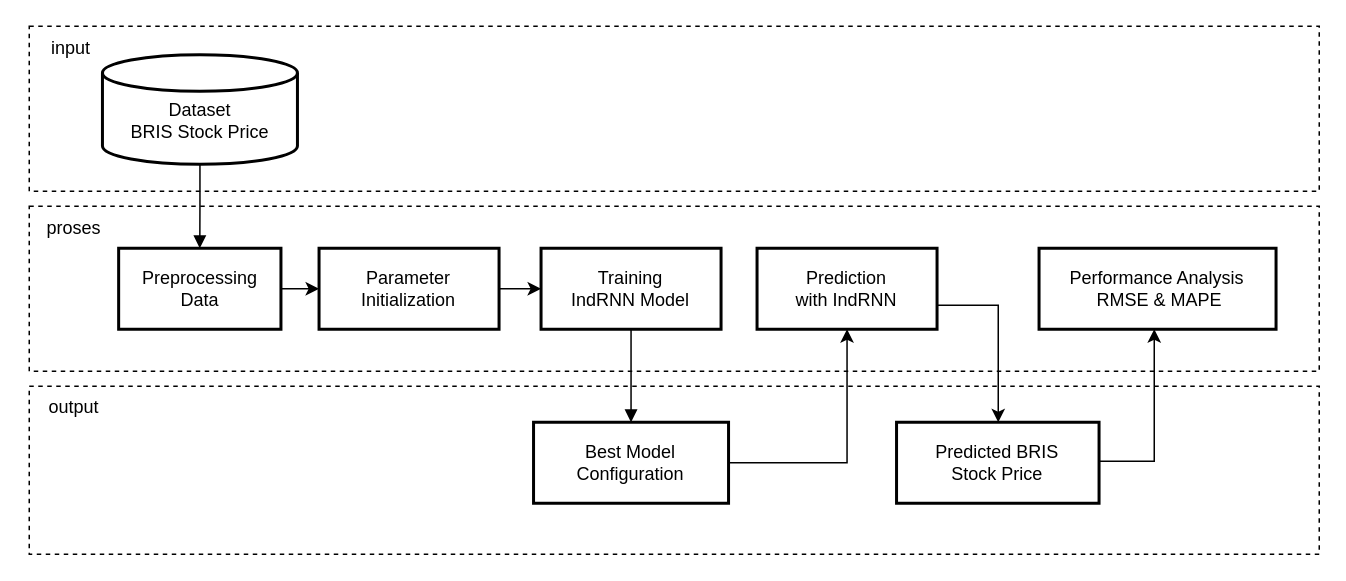
Above: Desain Sistem.drawio in humamafif/mydrawio (draw.io), before the change. Source tidied: cells renumbered, new cells numbered last; positions are measured from the earlier drawing's top-left corner, leaving out a move shared by most shapes. Both pictures are drawn from the tidied source at 150%, with x=0, y=0 at pixel (26, 26).
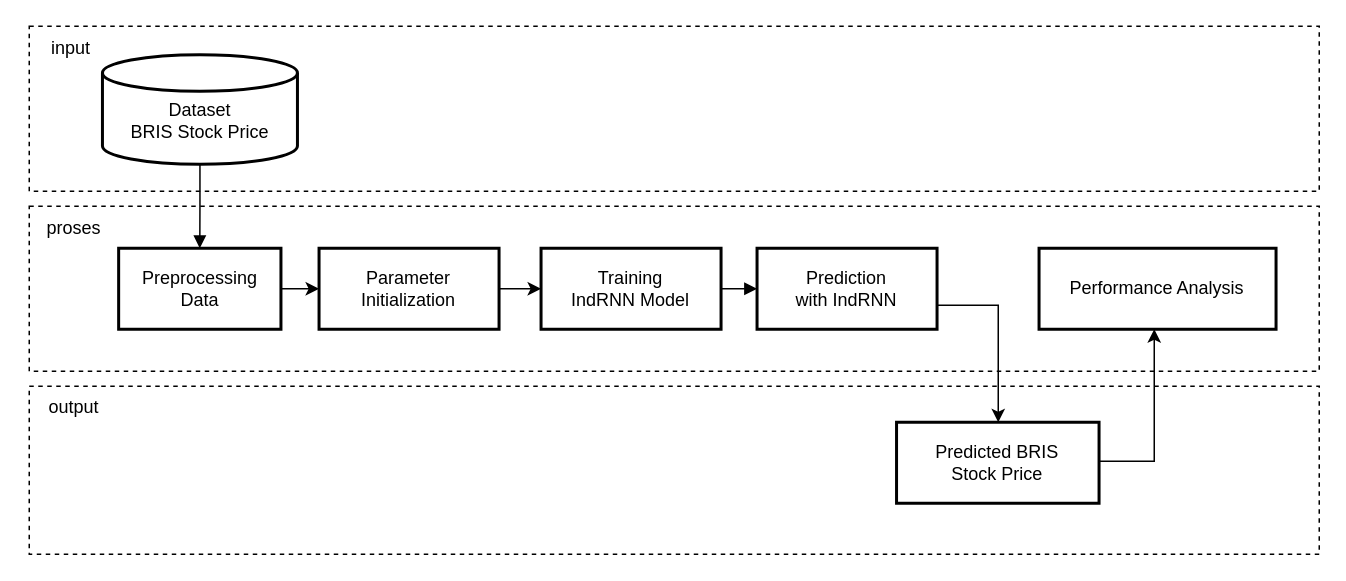
After the change.

The change refers to these unchanged cells:
```xml
<mxCell id="9" value="Training &#10;IndRNN Model" style="whiteSpace=wrap;strokeWidth=2;" parent="1" vertex="1">
  <mxGeometry x="343.2" y="148" width="120" height="54" as="geometry" />
</mxCell>
<mxCell id="11" value="Prediction &#10;with IndRNN" style="whiteSpace=wrap;strokeWidth=2;" parent="1" vertex="1">
  <mxGeometry x="487.2" y="148" width="120" height="54" as="geometry" />
</mxCell>
```

Diff of the diagram source:
```diff
@@
-    <mxCell id="12" value="Performance Analysis&#10; RMSE &amp; MAPE" style="whiteSpace=wrap;strokeWidth=2;" parent="1" vertex="1">
+    <mxCell id="12" value="Performance Analysis" style="whiteSpace=wrap;strokeWidth=2;" parent="1" vertex="1">
       <mxGeometry x="675.2" y="148" width="158" height="54" as="geometry" />
     </mxCell>
-    <mxCell id="13" style="edgeStyle=orthogonalEdgeStyle;rounded=0;jettySize=auto;html=1;" parent="1" edge="1" source="14" target="11">
-      <mxGeometry relative="1" as="geometry" />
-    </mxCell>
-    <mxCell id="14" value="Best Model Configuration" style="whiteSpace=wrap;strokeWidth=2;" parent="1" vertex="1">
-      <mxGeometry x="338.2" y="264" width="130" height="54" as="geometry" />
-    </mxCell>
@@
-    <mxCell id="18" style="startArrow=none;endArrow=block;rounded=0;edgeStyle=orthogonalEdgeStyle;" parent="1" edge="1" source="9" target="14">
+    <mxCell id="18" style="startArrow=none;endArrow=block;rounded=0;edgeStyle=orthogonalEdgeStyle;" parent="1" edge="1" source="9" target="11">
       <mxGeometry relative="1" as="geometry" />
     </mxCell>
```
